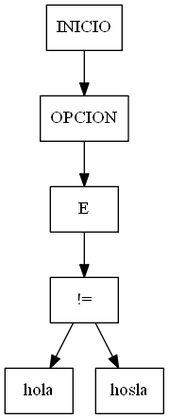
The Graphviz diagram arbol.png in EleazarLopezOsuna/2019-SegundoSemestre-Compiladores1, before a commit. Its source is kept beside it as arbol.dot.
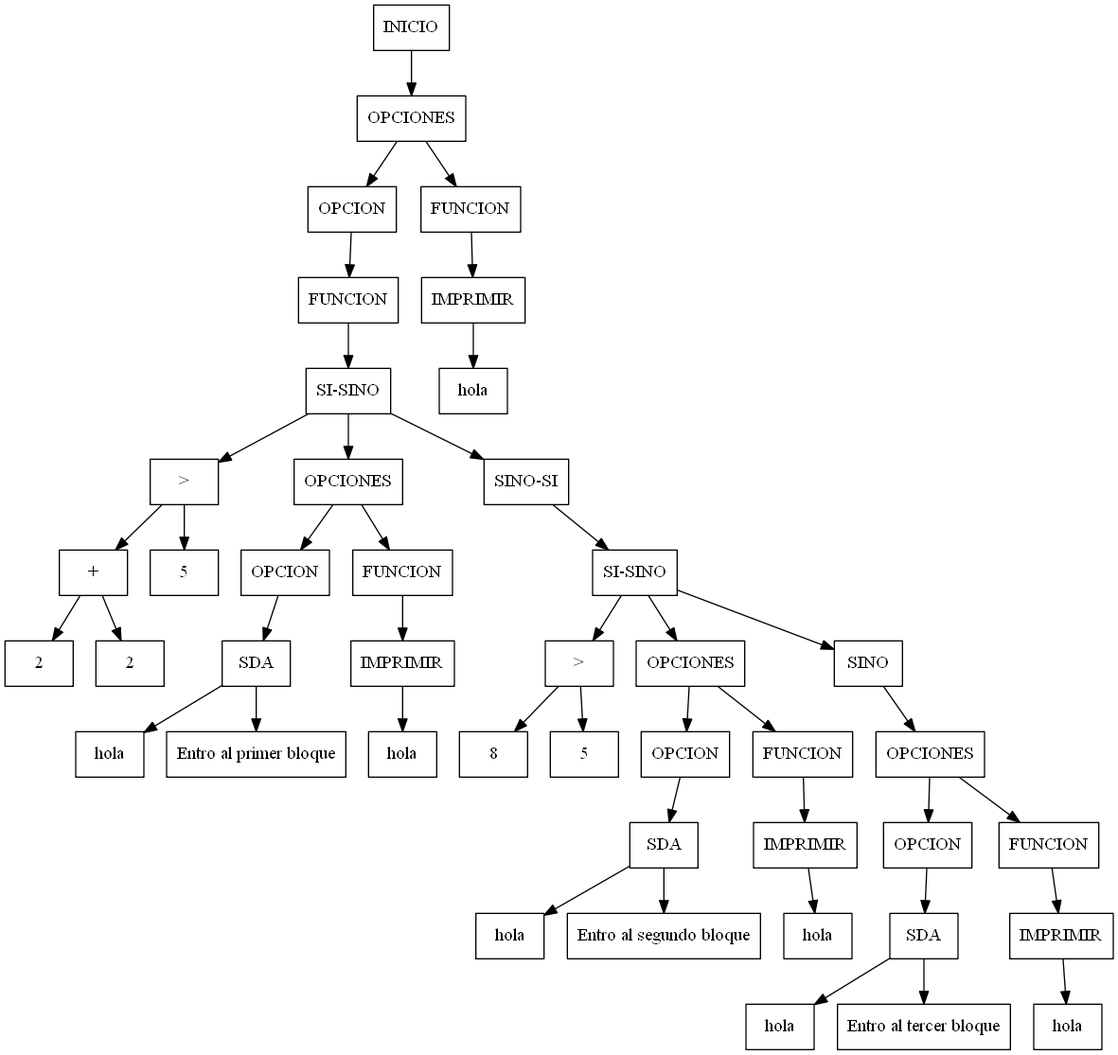
After the commit.

Commit message:
Funcion SI, SINO, SINO SI, IMPRIMIR. 0 bugs por al momento

Diff of the diagram source:
```diff
@@ -2,21 +2,132 @@
 node[shape=box];
 rankdir=UD;
 
-"6_INICIO"[label = "INICIO"];
-"5_OPCION"[label = "OPCION"];
-"6_INICIO"->"5_OPCION";
-"5_OPCION"[label = "OPCION"];
-"4_E"[label = "E"];
-"5_OPCION"->"4_E";
-"4_E"[label = "E"];
-"3_!="[label = "!="];
-"4_E"->"3_!=";
-"3_!="[label = "!="];
-"1_CADENA"[label = "hola"];
-"3_!="->"1_CADENA";
-"3_!="[label = "!="];
-"2_CADENA"[label = "hosla"];
-"3_!="->"2_CADENA";
+"43_INICIO"[label = "INICIO"];
+"42_OPCIONES"[label = "OPCIONES"];
+"43_INICIO"->"42_OPCIONES";
+"42_OPCIONES"[label = "OPCIONES"];
+"38_OPCION"[label = "OPCION"];
+"42_OPCIONES"->"38_OPCION";
+"38_OPCION"[label = "OPCION"];
+"37_FUNCION"[label = "FUNCION"];
+"38_OPCION"->"37_FUNCION";
+"37_FUNCION"[label = "FUNCION"];
+"36_SI-SINO"[label = "SI-SINO"];
+"37_FUNCION"->"36_SI-SINO";
+"36_SI-SINO"[label = "SI-SINO"];
+"5_>"[label = ">"];
+"36_SI-SINO"->"5_>";
+"5_>"[label = ">"];
+"3_+"[label = "+"];
+"5_>"->"3_+";
+"3_+"[label = "+"];
+"1_ENTERO"[label = "2"];
+"3_+"->"1_ENTERO";
+"3_+"[label = "+"];
+"2_ENTERO"[label = "2"];
+"3_+"->"2_ENTERO";
+"5_>"[label = ">"];
+"4_ENTERO"[label = "5"];
+"5_>"->"4_ENTERO";
+"36_SI-SINO"[label = "SI-SINO"];
+"13_OPCIONES"[label = "OPCIONES"];
+"36_SI-SINO"->"13_OPCIONES";
+"13_OPCIONES"[label = "OPCIONES"];
+"9_OPCION"[label = "OPCION"];
+"13_OPCIONES"->"9_OPCION";
+"9_OPCION"[label = "OPCION"];
+"8_SDA"[label = "SDA"];
+"9_OPCION"->"8_SDA";
+"8_SDA"[label = "SDA"];
+"7_ID"[label = "hola"];
+"8_SDA"->"7_ID";
+"8_SDA"[label = "SDA"];
+"6_CADENA"[label = "Entro al primer bloque"];
+"8_SDA"->"6_CADENA";
+"13_OPCIONES"[label = "OPCIONES"];
+"12_FUNCION"[label = "FUNCION"];
+"13_OPCIONES"->"12_FUNCION";
+"12_FUNCION"[label = "FUNCION"];
+"11_IMPRIMIR"[label = "IMPRIMIR"];
+"12_FUNCION"->"11_IMPRIMIR";
+"11_IMPRIMIR"[label = "IMPRIMIR"];
+"10_ID"[label = "hola"];
+"11_IMPRIMIR"->"10_ID";
+"36_SI-SINO"[label = "SI-SINO"];
+"35_SINO-SI"[label = "SINO-SI"];
+"36_SI-SINO"->"35_SINO-SI";
+"35_SINO-SI"[label = "SINO-SI"];
+"34_SI-SINO"[label = "SI-SINO"];
+"35_SINO-SI"->"34_SI-SINO";
+"34_SI-SINO"[label = "SI-SINO"];
+"16_>"[label = ">"];
+"34_SI-SINO"->"16_>";
+"16_>"[label = ">"];
+"14_ENTERO"[label = "8"];
+"16_>"->"14_ENTERO";
+"16_>"[label = ">"];
+"15_ENTERO"[label = "5"];
+"16_>"->"15_ENTERO";
+"34_SI-SINO"[label = "SI-SINO"];
+"24_OPCIONES"[label = "OPCIONES"];
+"34_SI-SINO"->"24_OPCIONES";
+"24_OPCIONES"[label = "OPCIONES"];
+"20_OPCION"[label = "OPCION"];
+"24_OPCIONES"->"20_OPCION";
+"20_OPCION"[label = "OPCION"];
+"19_SDA"[label = "SDA"];
+"20_OPCION"->"19_SDA";
+"19_SDA"[label = "SDA"];
+"18_ID"[label = "hola"];
+"19_SDA"->"18_ID";
+"19_SDA"[label = "SDA"];
+"17_CADENA"[label = "Entro al segundo bloque"];
+"19_SDA"->"17_CADENA";
+"24_OPCIONES"[label = "OPCIONES"];
+"23_FUNCION"[label = "FUNCION"];
+"24_OPCIONES"->"23_FUNCION";
+"23_FUNCION"[label = "FUNCION"];
+"22_IMPRIMIR"[label = "IMPRIMIR"];
+"23_FUNCION"->"22_IMPRIMIR";
+"22_IMPRIMIR"[label = "IMPRIMIR"];
+"21_ID"[label = "hola"];
+"22_IMPRIMIR"->"21_ID";
+"34_SI-SINO"[label = "SI-SINO"];
+"33_SINO"[label = "SINO"];
+"34_SI-SINO"->"33_SINO";
+"33_SINO"[label = "SINO"];
+"32_OPCIONES"[label = "OPCIONES"];
+"33_SINO"->"32_OPCIONES";
+"32_OPCIONES"[label = "OPCIONES"];
+"28_OPCION"[label = "OPCION"];
+"32_OPCIONES"->"28_OPCION";
+"28_OPCION"[label = "OPCION"];
+"27_SDA"[label = "SDA"];
+"28_OPCION"->"27_SDA";
+"27_SDA"[label = "SDA"];
+"26_ID"[label = "hola"];
+"27_SDA"->"26_ID";
+"27_SDA"[label = "SDA"];
+"25_CADENA"[label = "Entro al tercer bloque"];
+"27_SDA"->"25_CADENA";
+"32_OPCIONES"[label = "OPCIONES"];
+"31_FUNCION"[label = "FUNCION"];
+"32_OPCIONES"->"31_FUNCION";
+"31_FUNCION"[label = "FUNCION"];
+"30_IMPRIMIR"[label = "IMPRIMIR"];
+"31_FUNCION"->"30_IMPRIMIR";
+"30_IMPRIMIR"[label = "IMPRIMIR"];
+"29_ID"[label = "hola"];
+"30_IMPRIMIR"->"29_ID";
+"42_OPCIONES"[label = "OPCIONES"];
+"41_FUNCION"[label = "FUNCION"];
+"42_OPCIONES"->"41_FUNCION";
+"41_FUNCION"[label = "FUNCION"];
+"40_IMPRIMIR"[label = "IMPRIMIR"];
+"41_FUNCION"->"40_IMPRIMIR";
+"40_IMPRIMIR"[label = "IMPRIMIR"];
+"39_ID"[label = "hola"];
+"40_IMPRIMIR"->"39_ID";
 
 
 }
```
